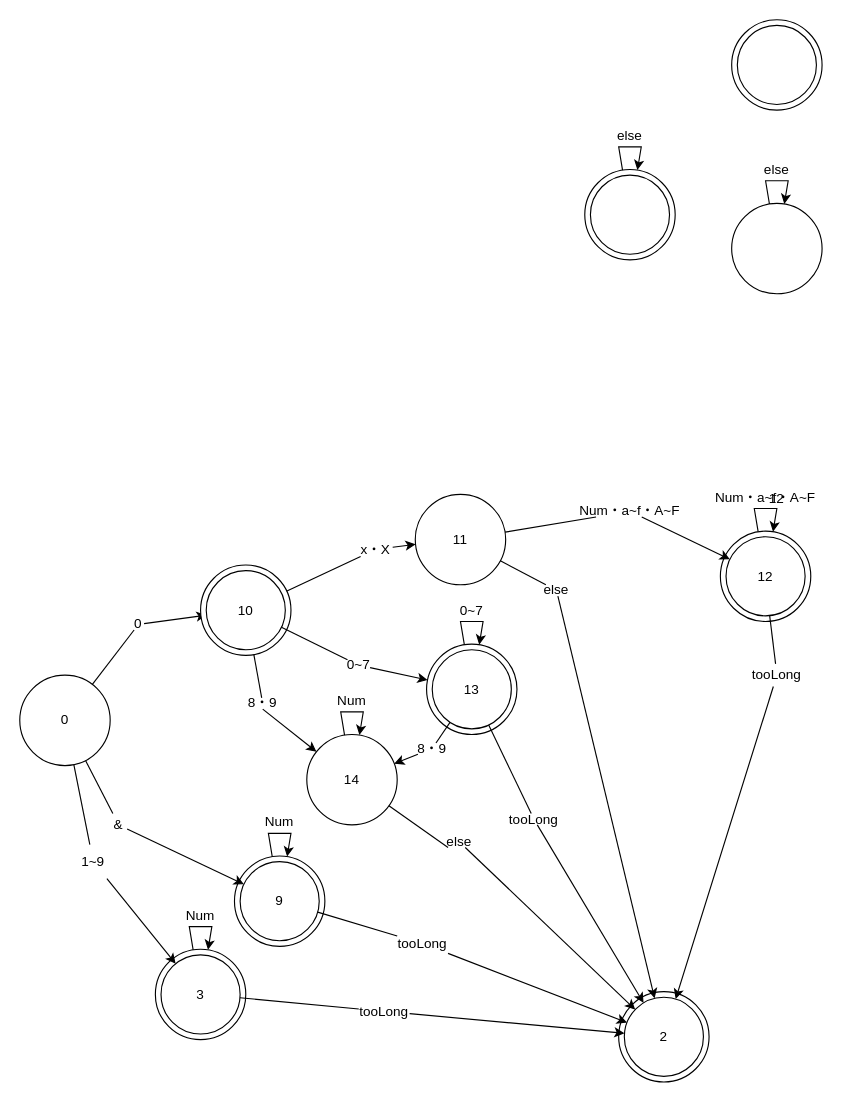
Before: page "Num・Address" (2 of 3) of 状態遷移図/実験2.drawio in ShimadaTakutoLuke/miniCV02forStudent, a draw.io diagram. Source tidied: cells renumbered, new cells numbered last; positions are measured from the earlier drawing's top-left corner, leaving out a move shared by most shapes. Both pictures are drawn from the tidied source at 113%, with x=0, y=0 at pixel (19, 19).
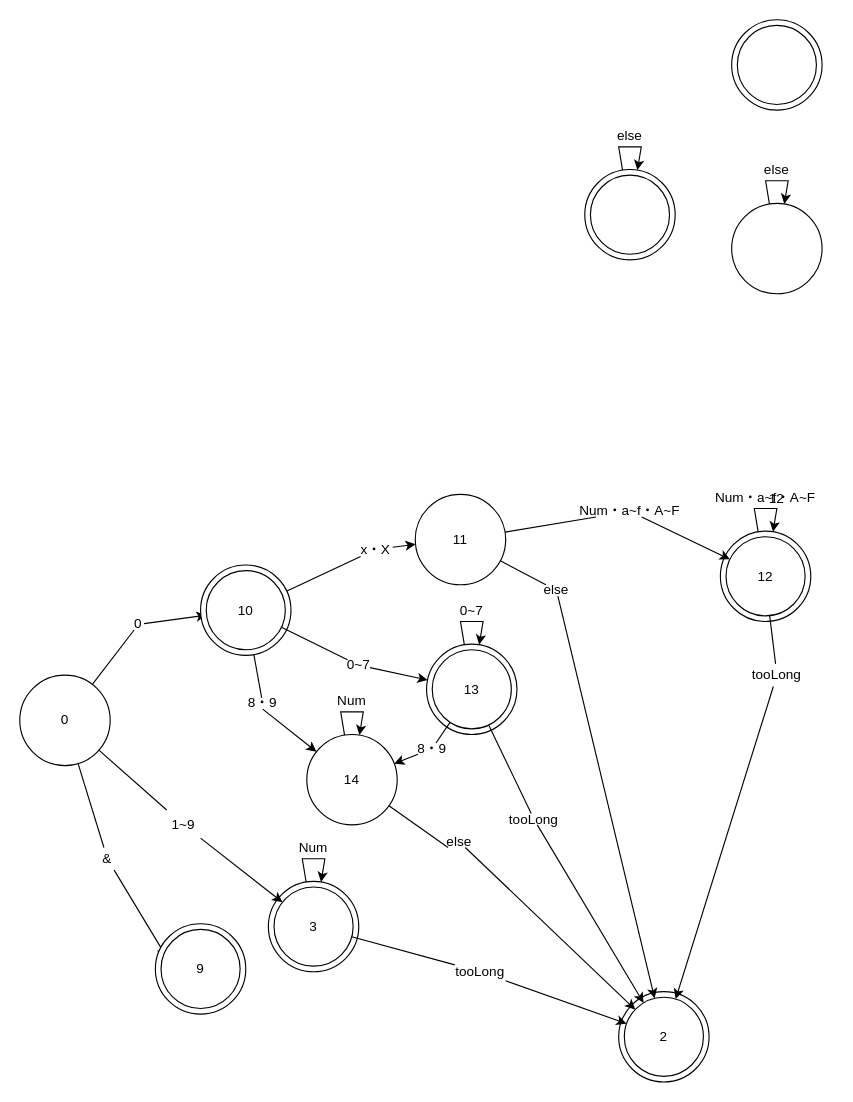
The same diagram, later.

Unchanged cells that the change refers to:
```xml
<mxCell id="32" value="2" style="ellipse;whiteSpace=wrap;html=1;" parent="30" vertex="1">
  <mxGeometry x="5" y="5" width="70" height="70" as="geometry" />
</mxCell>
```

What changed in the source:
```diff
@@
     <mxCell id="7" style="group;" parent="1" vertex="1">
-      <mxGeometry x="120" y="780" width="80" height="122.5" as="geometry" />
+      <mxGeometry x="220" y="720" width="80" height="122.5" as="geometry" />
     </mxCell>
@@
-    <mxCell id="19" style="group;" parent="1" vertex="1">
-      <mxGeometry x="190" y="697.5" width="80" height="122.5" as="geometry" />
-    </mxCell>
-    <mxCell id="20" style="ellipse;whiteSpace=wrap;html=1;" parent="19" vertex="1">
-      <mxGeometry y="42.5" width="80" height="80" as="geometry" />
-    </mxCell>
-    <mxCell id="21" style="edgeStyle=none;rounded=0;orthogonalLoop=1;jettySize=auto;html=1;" parent="19" edge="1" source="20" target="20">
-      <mxGeometry relative="1" as="geometry">
-        <Array as="points">
-          <mxPoint x="30" y="22.5" />
-        </Array>
-      </mxGeometry>
-    </mxCell>
-    <mxCell id="22" value="Num" style="text;html=1;strokeColor=none;fillColor=none;align=center;verticalAlign=middle;whiteSpace=wrap;rounded=0;" parent="19" vertex="1">
-      <mxGeometry x="25" width="30" height="25" as="geometry" />
-    </mxCell>
-    <mxCell id="23" value="9" style="ellipse;whiteSpace=wrap;html=1;" parent="19" vertex="1">
-      <mxGeometry x="5" y="47.5" width="70" height="70" as="geometry" />
-    </mxCell>
@@
-    <mxCell id="25" style="rounded=0;jettySize=auto;html=1;startArrow=none;" parent="1" edge="1" source="33" target="23">
+    <mxCell id="25" style="rounded=0;jettySize=auto;html=1;startArrow=none;entryX=0.07;entryY=0.349;entryDx=0;entryDy=0;entryPerimeter=0;" parent="1" edge="1" source="33" target="23">
       <mxGeometry relative="1" as="geometry" />
     </mxCell>
@@
     <mxCell id="28" value="1~9" style="text;html=1;strokeColor=none;fillColor=none;align=center;verticalAlign=middle;whiteSpace=wrap;rounded=0;" parent="1" vertex="1">
-      <mxGeometry x="50" y="730" width="30" height="30" as="geometry" />
+      <mxGeometry x="130" y="697.5" width="30" height="30" as="geometry" />
     </mxCell>
@@
     <mxCell id="33" value="&amp;amp;" style="text;html=1;strokeColor=none;fillColor=none;align=center;verticalAlign=middle;whiteSpace=wrap;rounded=0;" parent="1" vertex="1">
-      <mxGeometry x="80" y="702.5" width="15" height="20" as="geometry" />
+      <mxGeometry x="70" y="732.5" width="15" height="20" as="geometry" />
     </mxCell>
@@
-    <mxCell id="79" style="edgeStyle=none;rounded=0;jettySize=auto;html=1;startArrow=none;" parent="1" edge="1" source="81" target="32">
-      <mxGeometry relative="1" as="geometry" />
-    </mxCell>
@@
-    <mxCell id="81" value="tooLong" style="text;html=1;strokeColor=none;fillColor=none;align=center;verticalAlign=middle;whiteSpace=wrap;rounded=0;" parent="1" vertex="1">
-      <mxGeometry x="334" y="805" width="45" height="25" as="geometry" />
-    </mxCell>
-    <mxCell id="82" style="edgeStyle=none;rounded=0;jettySize=auto;html=1;endArrow=none;" parent="1" edge="1" source="23" target="81">
-      <mxGeometry relative="1" as="geometry" />
-    </mxCell>
     <mxCell id="83" value="tooLong" style="text;html=1;strokeColor=none;fillColor=none;align=center;verticalAlign=middle;whiteSpace=wrap;rounded=0;" parent="1" vertex="1">
-      <mxGeometry x="300" y="865" width="45" height="25" as="geometry" />
+      <mxGeometry x="385" y="830" width="45" height="25" as="geometry" />
     </mxCell>
@@
+    <mxCell id="88" style="group;" parent="1" vertex="1">
+      <mxGeometry x="120" y="800" width="80" height="80" as="geometry" />
+    </mxCell>
+    <mxCell id="89" style="ellipse;whiteSpace=wrap;html=1;" parent="88" vertex="1">
+      <mxGeometry width="80" height="80" as="geometry" />
+    </mxCell>
+    <mxCell id="23" value="9" style="ellipse;whiteSpace=wrap;html=1;" parent="88" vertex="1">
+      <mxGeometry x="5" y="5" width="70" height="70" as="geometry" />
+    </mxCell>
```
